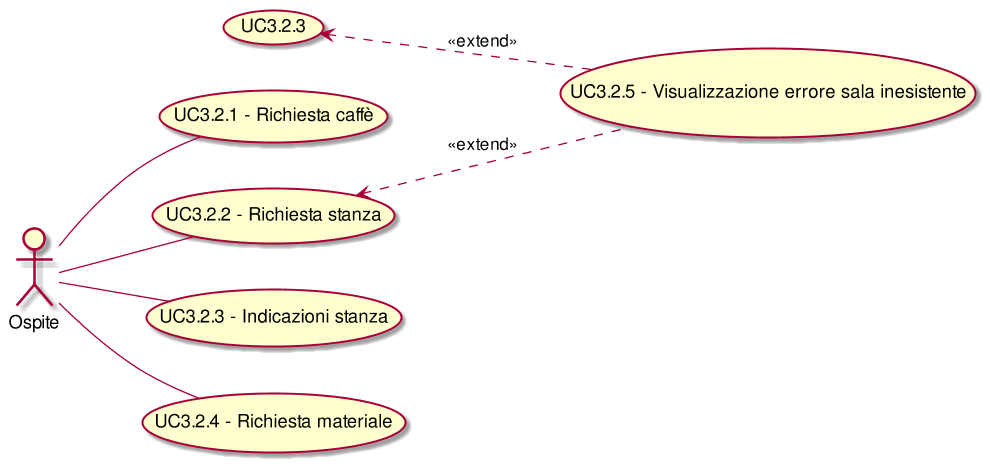
The PlantUML diagram RR/Esterni/AnalisiDeiRequisiti/images/UseCaseUC32.png in CoCodeSWE/Docs, before a commit. Source of this version:
```plantuml
@startuml
scale 1000*1000
left to right direction
(UC3.2.2) <.. (UC3.2.5): <<extend>>
(UC3.2.3 ) <.. (UC3.2.5): <<extend>>
( UC3.2.1 - Richiesta caffè ) as (UC3.2.1)
:Ospite:--(UC3.2.1)
( UC3.2.2 - Richiesta stanza ) as (UC3.2.2)
:Ospite:--(UC3.2.2)
( UC3.2.3 - Indicazioni stanza ) as (UC3.2.3)
:Ospite:--(UC3.2.3)
( UC3.2.4 - Richiesta materiale ) as (UC3.2.4)
:Ospite:--(UC3.2.4)
( UC3.2.5 - Visualizzazione errore sala inesistente ) as (UC3.2.5)
@enduml
```
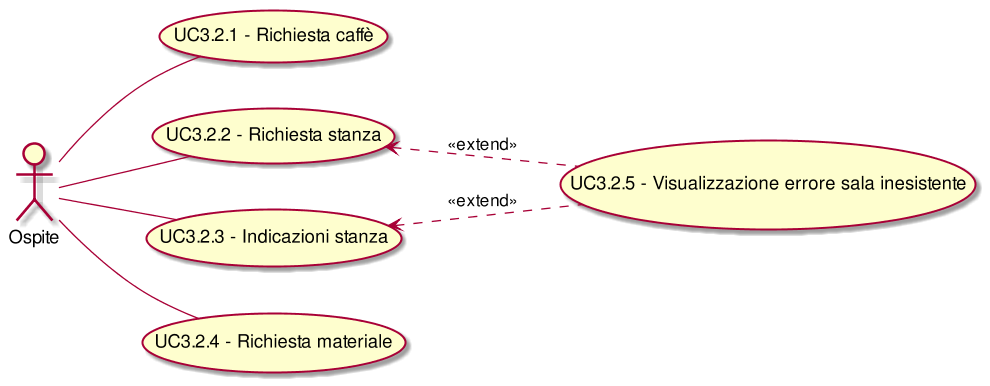
The same diagram one commit later.

What changed in the source:
```diff
@@ -2,7 +2,7 @@
 scale 1000*1000
 left to right direction
 (UC3.2.2) <.. (UC3.2.5): <<extend>>
-(UC3.2.3 ) <.. (UC3.2.5): <<extend>>
+(UC3.2.3) <.. (UC3.2.5): <<extend>>
 ( UC3.2.1 - Richiesta caffè ) as (UC3.2.1)
 :Ospite:--(UC3.2.1)
 ( UC3.2.2 - Richiesta stanza ) as (UC3.2.2)
```
